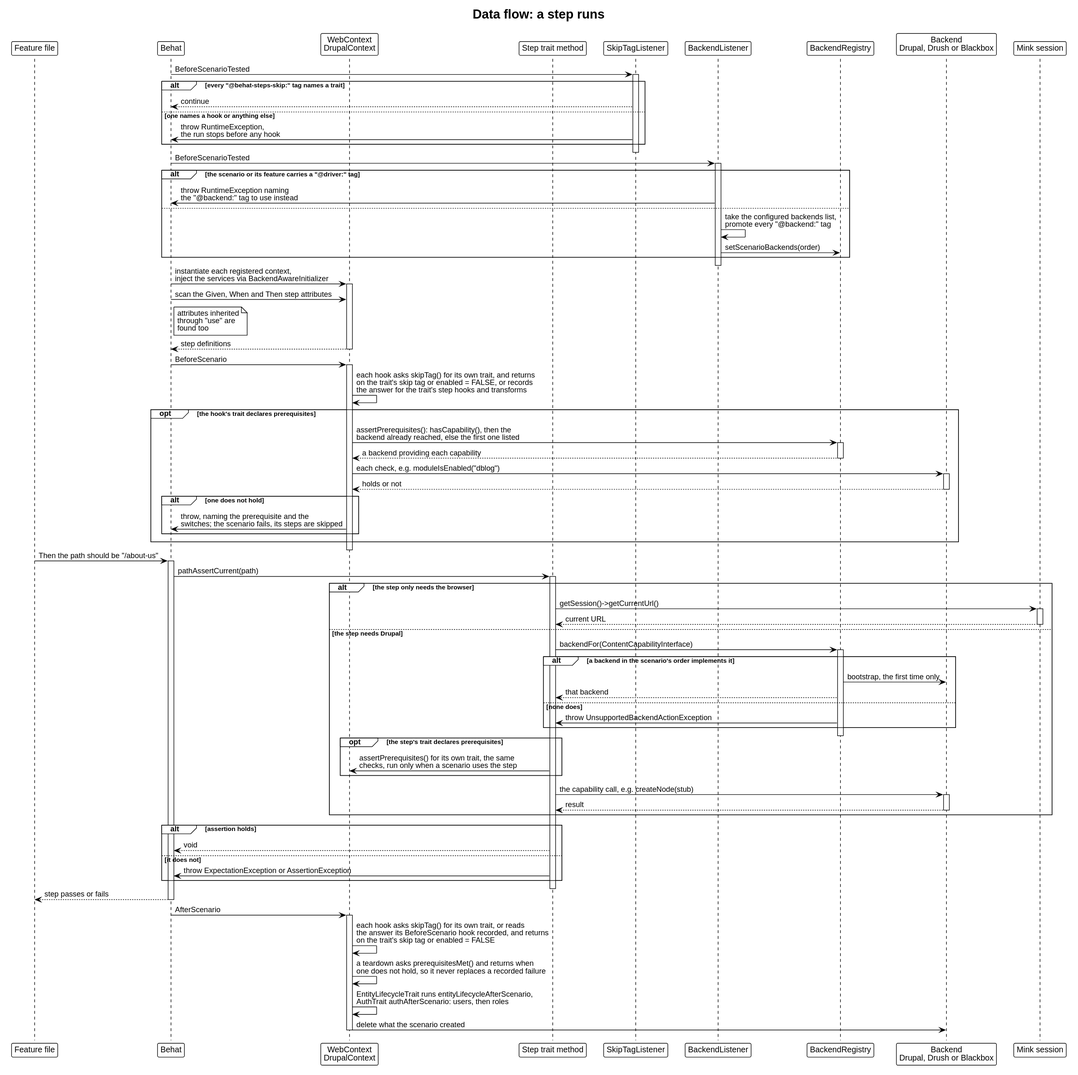
Earlier version of the PlantUML export docs/architecture/dataflow-step.svg (drevops/behat-steps).
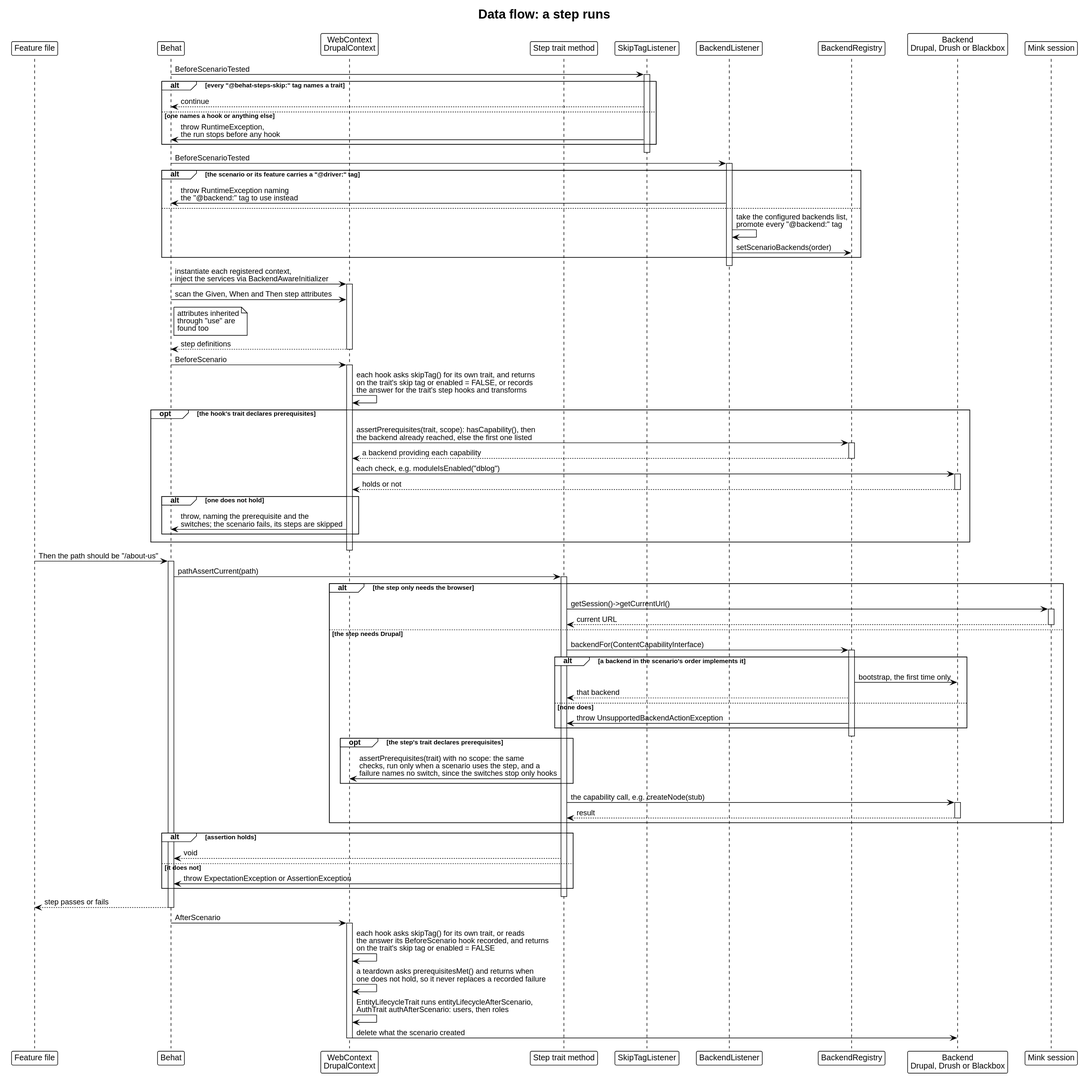
After the change.

Commit message:
[#989] Updated the architecture docs for the hook scope 'assertPrerequisites()' takes.

What changed in the source:
```diff
@@ -45,7 +45,7 @@
 activate Ctx
 Ctx -> Ctx: each hook asks skipTag() for its own trait, and returns\non the trait's skip tag or enabled = FALSE, or records\nthe answer for the trait's step hooks and transforms
 opt the hook's trait declares prerequisites
-  Ctx -> Registry: assertPrerequisites(): hasCapability(), then the\nbackend already reached, else the first one listed
+  Ctx -> Registry: assertPrerequisites(trait, scope): hasCapability(), then\nthe backend already reached, else the first one listed
   activate Registry
   Registry --> Ctx: a backend providing each capability
   deactivate Registry
@@ -80,7 +80,7 @@
   end
   deactivate Registry
   opt the step's trait declares prerequisites
-    Trait -> Ctx: assertPrerequisites() for its own trait, the same\nchecks, run only when a scenario uses the step
+    Trait -> Ctx: assertPrerequisites(trait) with no scope: the same\nchecks, run only when a scenario uses the step, and a\nfailure names no switch, since the switches stop only hooks
   end
   Trait -> Backend: the capability call, e.g. createNode(stub)
   activate Backend
```
